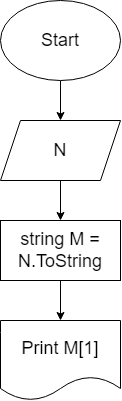
The draw.io diagram Seminar_2/Task5/d.drawio.png in 158946732/HomeWorks, before a commit. Source tidied: cells renumbered, new cells last; positions are measured from the earlier drawing's top-left corner, leaving out a move shared by most shapes. Source of this version:
```xml
<mxGraphModel>
  <root>
    <mxCell id="0" />
    <mxCell id="1" parent="0" />
    <mxCell id="2" style="edgeStyle=none;html=1;entryX=0.5;entryY=0;entryDx=0;entryDy=0;fontSize=18;" parent="1" edge="1" source="3" target="5">
      <mxGeometry relative="1" as="geometry" />
    </mxCell>
    <mxCell id="3" value="Start" style="ellipse;whiteSpace=wrap;html=1;fontSize=18;" parent="1" vertex="1">
      <mxGeometry width="120" height="80" as="geometry" />
    </mxCell>
    <mxCell id="4" style="edgeStyle=none;html=1;entryX=0.5;entryY=0;entryDx=0;entryDy=0;fontSize=18;" parent="1" edge="1" source="5" target="7">
      <mxGeometry relative="1" as="geometry" />
    </mxCell>
    <mxCell id="5" value="N" style="shape=parallelogram;perimeter=parallelogramPerimeter;whiteSpace=wrap;html=1;fixedSize=1;fontSize=18;" parent="1" vertex="1">
      <mxGeometry y="120" width="120" height="60" as="geometry" />
    </mxCell>
    <mxCell id="6" style="edgeStyle=none;html=1;entryX=0.5;entryY=0;entryDx=0;entryDy=0;fontSize=18;" parent="1" edge="1" source="7" target="8">
      <mxGeometry relative="1" as="geometry" />
    </mxCell>
    <mxCell id="7" value="string M = N.ToString" style="rounded=0;whiteSpace=wrap;html=1;fontSize=18;" parent="1" vertex="1">
      <mxGeometry y="220" width="120" height="60" as="geometry" />
    </mxCell>
    <mxCell id="8" value="Print M[1]" style="shape=document;whiteSpace=wrap;html=1;boundedLbl=1;fontSize=18;" parent="1" vertex="1">
      <mxGeometry y="320" width="120" height="80" as="geometry" />
    </mxCell>
  </root>
</mxGraphModel>
```
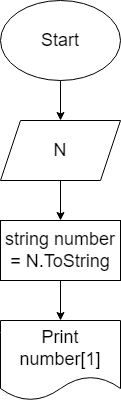
After the commit.

Commit message:
Поправлены недочеты задачи Task5

The edit, as a diff of the source:
```diff
@@ -17,10 +17,10 @@
     <mxCell id="6" style="edgeStyle=none;html=1;entryX=0.5;entryY=0;entryDx=0;entryDy=0;fontSize=18;" parent="1" edge="1" source="7" target="8">
       <mxGeometry relative="1" as="geometry" />
     </mxCell>
-    <mxCell id="7" value="string M = N.ToString" style="rounded=0;whiteSpace=wrap;html=1;fontSize=18;" parent="1" vertex="1">
+    <mxCell id="7" value="string number = N.ToString" style="rounded=0;whiteSpace=wrap;html=1;fontSize=18;" parent="1" vertex="1">
       <mxGeometry y="220" width="120" height="60" as="geometry" />
     </mxCell>
-    <mxCell id="8" value="Print M[1]" style="shape=document;whiteSpace=wrap;html=1;boundedLbl=1;fontSize=18;" parent="1" vertex="1">
+    <mxCell id="8" value="Print number[1]" style="shape=document;whiteSpace=wrap;html=1;boundedLbl=1;fontSize=18;" parent="1" vertex="1">
       <mxGeometry y="320" width="120" height="80" as="geometry" />
     </mxCell>
   </root>
```
